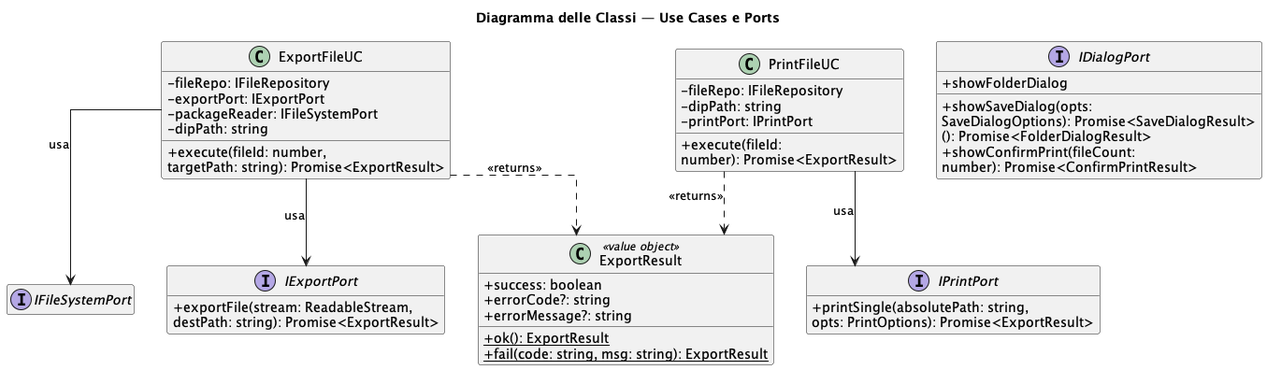
7-ZPUs/Docs keeps this PlantUML diagram as out/3_PB/DocumentiEsterni/DiagrammiSpecificaTecnica/C4/C4_backend_Export/Export_IPC_Part2.png. Above is the earlier version.
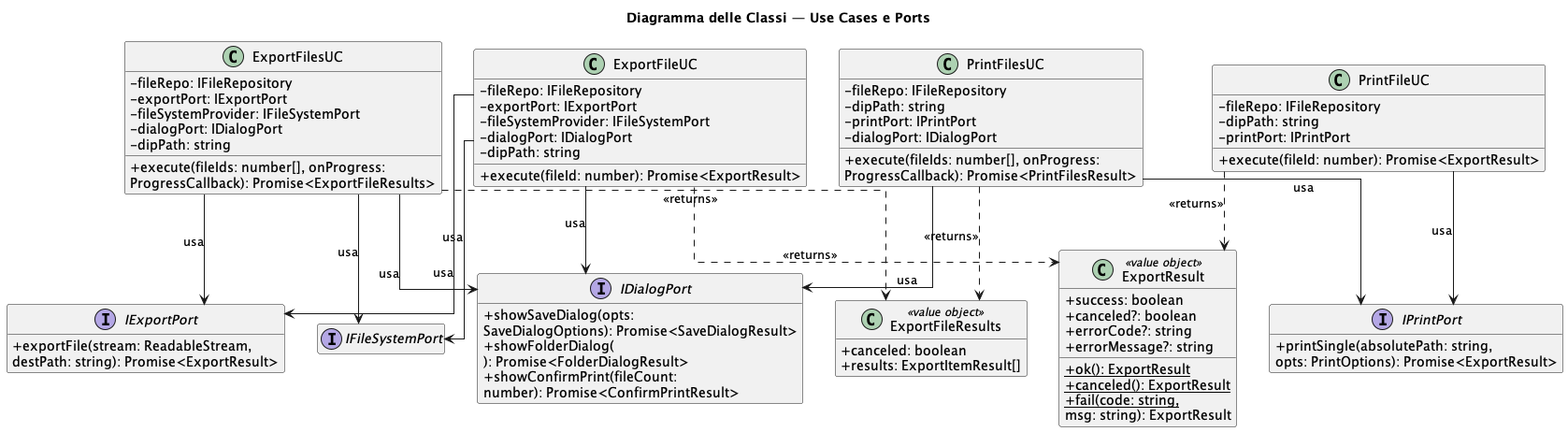
After the commit.

Commit message:
Fix parte di Export

Diff of the diagram source:
```diff
@@ -7,18 +7,35 @@
 class ExportFileUC {
     - fileRepo: IFileRepository
     - exportPort: IExportPort
-    - packageReader: IFileSystemPort
+    - fileSystemProvider: IFileSystemPort
+    - dialogPort: IDialogPort
     - dipPath: string
-    + execute(fileId: number,
-    targetPath: string): Promise<ExportResult>
+    + execute(fileId: number): Promise<ExportResult>
+}
+class ExportFilesUC {
+    - fileRepo: IFileRepository
+    - exportPort: IExportPort
+    - fileSystemProvider: IFileSystemPort
+    - dialogPort: IDialogPort
+    - dipPath: string
+    + execute(fileIds: number[], onProgress:
+     ProgressCallback): Promise<ExportFileResults>
 }
 class PrintFileUC {
     - fileRepo: IFileRepository
     - dipPath: string
     - printPort: IPrintPort
-    + execute(fileId:
-    number): Promise<ExportResult>
+    + execute(fileId: number): Promise<ExportResult>
 }
+class PrintFilesUC {
+    - fileRepo: IFileRepository
+    - dipPath: string
+    - printPort: IPrintPort
+    - dialogPort: IDialogPort
+    + execute(fileIds: number[], onProgress:
+    ProgressCallback): Promise<PrintFilesResult>
+}
+
 interface IFileSystemPort { }
 interface IExportPort {
     + exportFile(stream: ReadableStream,
@@ -26,27 +43,44 @@
 }
 interface IPrintPort {
     + printSingle(absolutePath: string,
-    opts: PrintOptions): Promise<ExportResult>
+     opts: PrintOptions): Promise<ExportResult>
 }
 interface IDialogPort {
     + showSaveDialog(opts:
     SaveDialogOptions): Promise<SaveDialogResult>
-    + showFolderDialog
-    (): Promise<FolderDialogResult>
+    + showFolderDialog(
+    ): Promise<FolderDialogResult>
     + showConfirmPrint(fileCount:
     number): Promise<ConfirmPrintResult>
 }
+
 class ExportResult <<value object>> {
     + success: boolean
+    + canceled?: boolean
     + errorCode?: string
     + errorMessage?: string
     + {static} ok(): ExportResult
-    + {static} fail(code: string, msg: string): ExportResult
+    + {static} canceled(): ExportResult
+    + {static} fail(code: string,
+     msg: string): ExportResult
+}
+class ExportFileResults <<value object>> {
+    + canceled: boolean
+    + results: ExportItemResult[]
 }
 
-ExportFileUC --> IFileSystemPort : usa
-ExportFileUC --> IExportPort     : usa
-PrintFileUC  --> IPrintPort      : usa
-ExportFileUC ..> ExportResult : <<returns>>
-PrintFileUC  ..> ExportResult : <<returns>>
+ExportFileUC  --> IFileSystemPort : usa
+ExportFileUC  --> IExportPort     : usa
+ExportFileUC  --> IDialogPort     : usa
+ExportFilesUC --> IFileSystemPort : usa
+ExportFilesUC --> IExportPort     : usa
+ExportFilesUC --> IDialogPort     : usa
+PrintFileUC   --> IPrintPort      : usa
+PrintFilesUC  --> IPrintPort      : usa
+PrintFilesUC  --> IDialogPort     : usa
+
+ExportFileUC  ..> ExportResult      : <<returns>>
+ExportFilesUC ..> ExportFileResults : <<returns>>
+PrintFileUC   ..> ExportResult      : <<returns>>
+PrintFilesUC  ..> ExportFileResults  : <<returns>>
 @enduml
```
